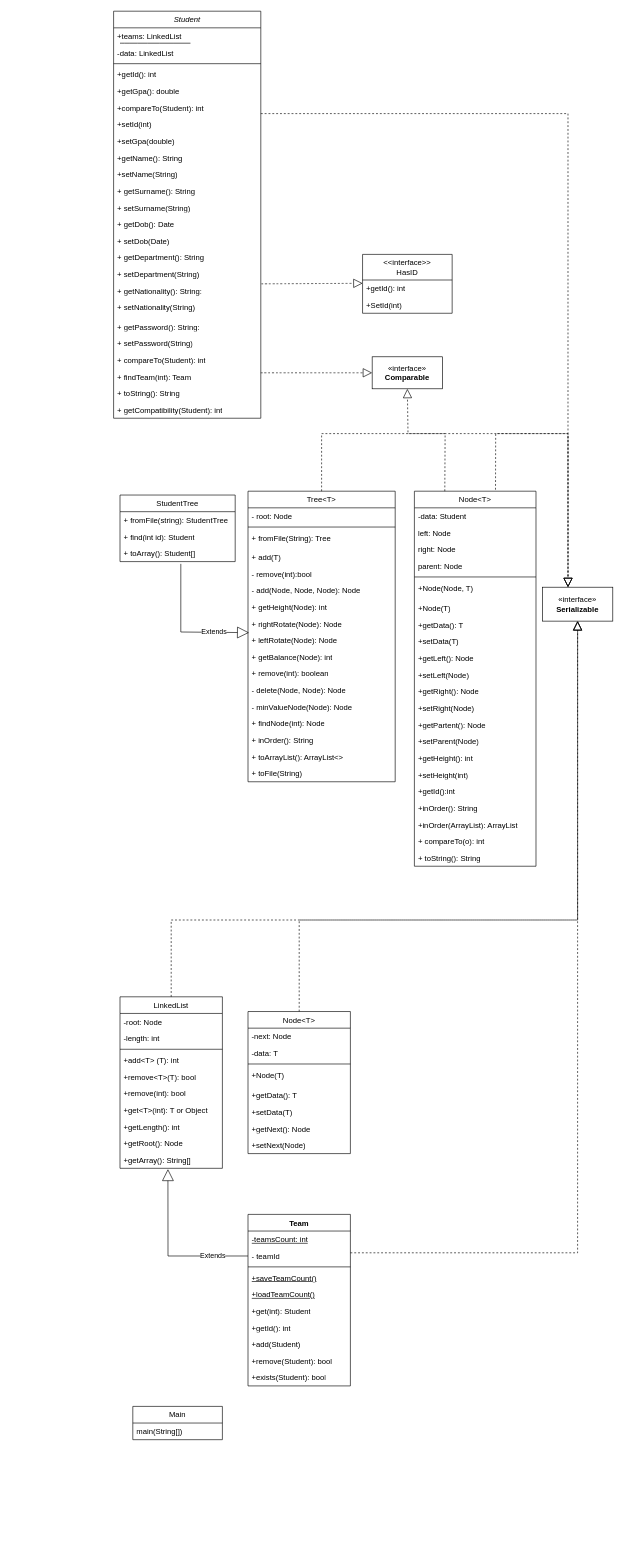
Before: DSA Project UML.drawio in Pearow/DSA-Project, a draw.io diagram. Source tidied: cells renumbered, new cells numbered last; positions are measured from the earlier drawing's top-left corner, leaving out a move shared by most shapes. Both pictures are drawn from the tidied source at 64%, with x=0, y=0 at pixel (113, 11).
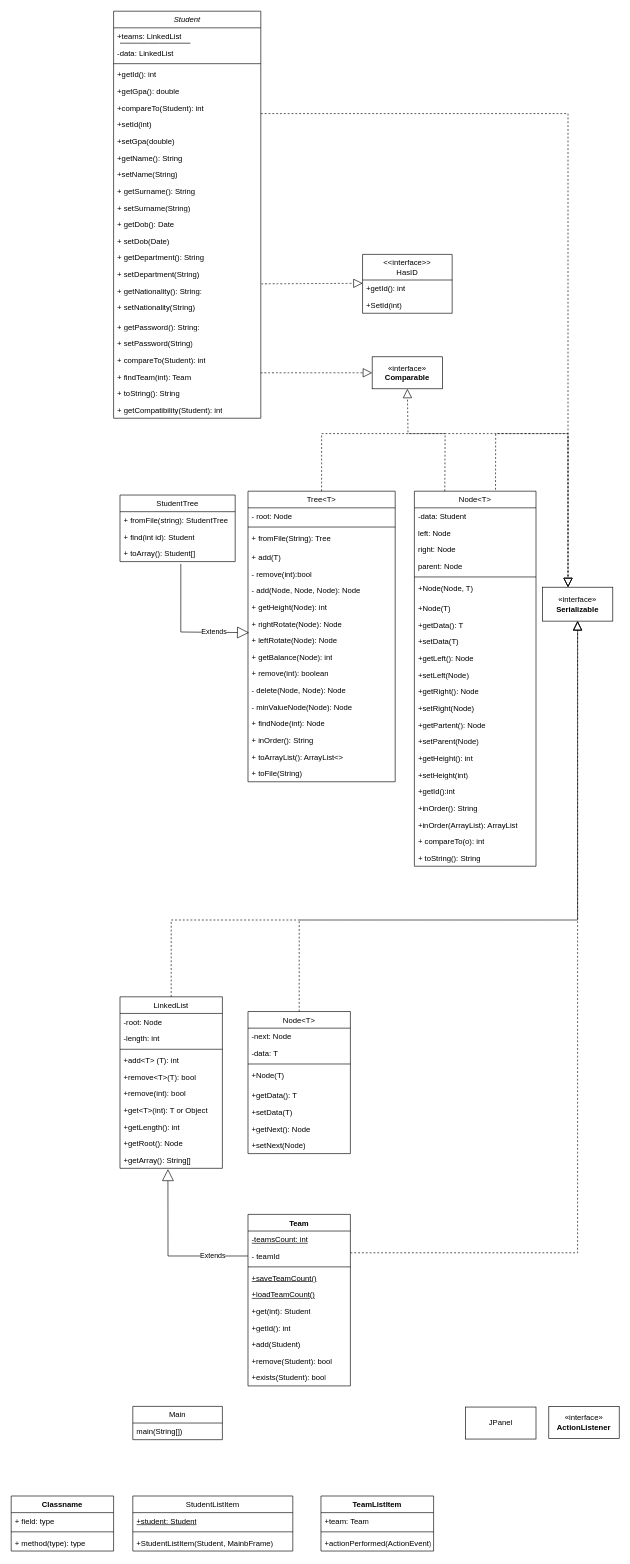
The same page after the edit.

What changed in the source:
```diff
@@
+    <mxCell id="122" value="StudentListItem" style="swimlane;fontStyle=0;horizontal=1;startSize=26;fillColor=none;whiteSpace=wrap;html=1;" parent="1" vertex="1">
+      <mxGeometry x="30" y="2320" width="250" height="86" as="geometry" />
+    </mxCell>
+    <mxCell id="123" value="+student: Student" style="text;strokeColor=none;fillColor=none;align=left;verticalAlign=top;spacingLeft=4;spacingRight=4;overflow=hidden;whiteSpace=wrap;html=1;fontStyle=4;" parent="122" vertex="1">
+      <mxGeometry y="26" width="250" height="26" as="geometry" />
+    </mxCell>
+    <mxCell id="124" style="line;strokeWidth=1;fillColor=none;align=left;verticalAlign=middle;spacingTop=-1;spacingLeft=3;spacingRight=3;labelPosition=right;strokeColor=inherit;" parent="122" vertex="1">
+      <mxGeometry y="52" width="250" height="8" as="geometry" />
+    </mxCell>
+    <mxCell id="125" value="+StudentListItem(Student, MainbFrame)" style="text;strokeColor=none;fillColor=none;align=left;verticalAlign=top;spacingLeft=4;spacingRight=4;overflow=hidden;whiteSpace=wrap;html=1;" parent="122" vertex="1">
+      <mxGeometry y="60" width="250" height="26" as="geometry" />
+    </mxCell>
+    <mxCell id="126" value="TeamListItem" style="swimlane;fontStyle=1;align=center;verticalAlign=top;horizontal=1;startSize=26;whiteSpace=wrap;html=1;" parent="1" vertex="1">
+      <mxGeometry x="324" y="2320" width="176" height="86" as="geometry" />
+    </mxCell>
+    <mxCell id="127" value="+team: Team" style="text;strokeColor=none;fillColor=none;align=left;verticalAlign=top;spacingLeft=4;spacingRight=4;overflow=hidden;whiteSpace=wrap;html=1;" parent="126" vertex="1">
+      <mxGeometry y="26" width="176" height="26" as="geometry" />
+    </mxCell>
+    <mxCell id="128" style="line;strokeWidth=1;fillColor=none;align=left;verticalAlign=middle;spacingTop=-1;spacingLeft=3;spacingRight=3;labelPosition=right;strokeColor=inherit;" parent="126" vertex="1">
+      <mxGeometry y="52" width="176" height="8" as="geometry" />
+    </mxCell>
+    <mxCell id="129" value="+actionPerformed(ActionEvent)" style="text;strokeColor=none;fillColor=none;align=left;verticalAlign=top;spacingLeft=4;spacingRight=4;overflow=hidden;whiteSpace=wrap;html=1;" parent="126" vertex="1">
+      <mxGeometry y="60" width="176" height="26" as="geometry" />
+    </mxCell>
+    <mxCell id="130" value="«interface»&lt;br&gt;&lt;b&gt;ActionListener&lt;/b&gt;" style="html=1;whiteSpace=wrap;" parent="1" vertex="1">
+      <mxGeometry x="680" y="2180" width="110" height="50" as="geometry" />
+    </mxCell>
+    <mxCell id="131" value="JPanel" style="html=1;whiteSpace=wrap;" parent="1" vertex="1">
+      <mxGeometry x="550" y="2181" width="110" height="50" as="geometry" />
+    </mxCell>
+    <mxCell id="132" value="Classname" style="swimlane;fontStyle=1;align=center;verticalAlign=top;horizontal=1;startSize=26;whiteSpace=wrap;html=1;" parent="1" vertex="1">
+      <mxGeometry x="-160" y="2320" width="160" height="86" as="geometry" />
+    </mxCell>
+    <mxCell id="133" value="+ field: type" style="text;strokeColor=none;fillColor=none;align=left;verticalAlign=top;spacingLeft=4;spacingRight=4;overflow=hidden;whiteSpace=wrap;html=1;" parent="132" vertex="1">
+      <mxGeometry y="26" width="160" height="26" as="geometry" />
+    </mxCell>
+    <mxCell id="134" style="line;strokeWidth=1;fillColor=none;align=left;verticalAlign=middle;spacingTop=-1;spacingLeft=3;spacingRight=3;labelPosition=right;strokeColor=inherit;" parent="132" vertex="1">
+      <mxGeometry y="52" width="160" height="8" as="geometry" />
+    </mxCell>
+    <mxCell id="135" value="+ method(type): type" style="text;strokeColor=none;fillColor=none;align=left;verticalAlign=top;spacingLeft=4;spacingRight=4;overflow=hidden;whiteSpace=wrap;html=1;" parent="132" vertex="1">
+      <mxGeometry y="60" width="160" height="26" as="geometry" />
+    </mxCell>
```
